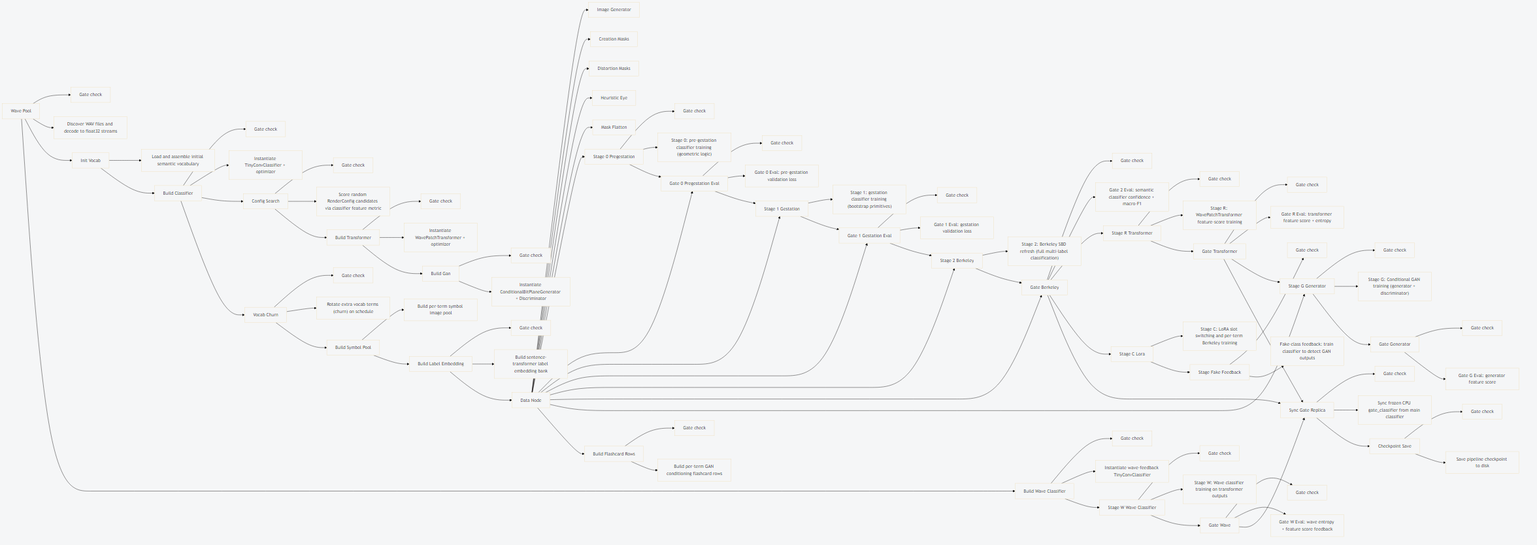
The Mermaid diagram docs/diagrams/stack_view_minimal.png in sangderenard/meta-nn, before a commit. Its source is kept beside it as docs/diagrams/stack_view_minimal.mmd.
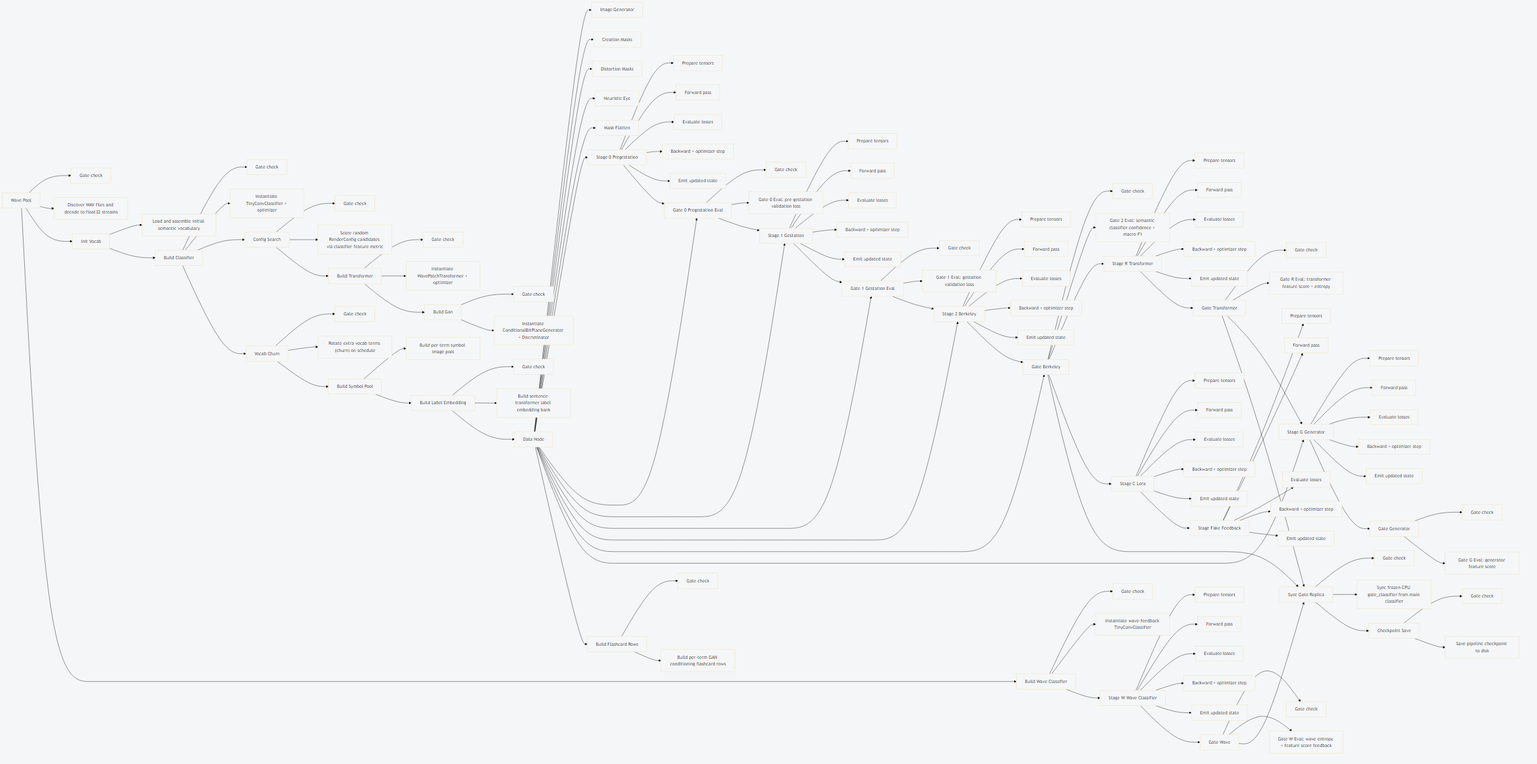
The same diagram one commit later.

The edit, as a diff of the source:
```diff
@@ -38,26 +38,53 @@
     data_node__heuristic_eye["Heuristic Eye"]
     data_node__mask_flatten["Mask Flatten"]
     stage_0_pregestation["Stage 0 Pregestation"]
-    stage_0_pregestation__should_run["Gate check"]
-    stage_0_pregestation__execute["Stage 0: pre-gestation classifier training (geometric logic)"]
+    stage_0_pregestation__batch_prepare["Prepare tensors"]
+    stage_0_pregestation__forward_pass["Forward pass"]
+    stage_0_pregestation__objective_eval["Evaluate losses"]
+    stage_0_pregestation__optimizer_step["Backward + optimizer step"]
+    stage_0_pregestation__state_emit["Emit updated state"]
     stage_1_gestation["Stage 1 Gestation"]
-    stage_1_gestation__execute["Stage 1: gestation classifier training (bootstrap primitives)"]
+    stage_1_gestation__batch_prepare["Prepare tensors"]
+    stage_1_gestation__forward_pass["Forward pass"]
+    stage_1_gestation__objective_eval["Evaluate losses"]
+    stage_1_gestation__optimizer_step["Backward + optimizer step"]
+    stage_1_gestation__state_emit["Emit updated state"]
     stage_2_berkeley["Stage 2 Berkeley"]
-    stage_2_berkeley__execute["Stage 2: Berkeley SBD refresh (full multi-label classification)"]
+    stage_2_berkeley__batch_prepare["Prepare tensors"]
+    stage_2_berkeley__forward_pass["Forward pass"]
+    stage_2_berkeley__objective_eval["Evaluate losses"]
+    stage_2_berkeley__optimizer_step["Backward + optimizer step"]
+    stage_2_berkeley__state_emit["Emit updated state"]
     stage_r_transformer["Stage R Transformer"]
-    stage_r_transformer__should_run["Gate check"]
-    stage_r_transformer__execute["Stage R: WavePatchTransformer feature-score training"]
+    stage_r_transformer__batch_prepare["Prepare tensors"]
+    stage_r_transformer__forward_pass["Forward pass"]
+    stage_r_transformer__objective_eval["Evaluate losses"]
+    stage_r_transformer__optimizer_step["Backward + optimizer step"]
+    stage_r_transformer__state_emit["Emit updated state"]
     stage_g_generator["Stage G Generator"]
-    stage_g_generator__should_run["Gate check"]
-    stage_g_generator__execute["Stage G: Conditional GAN training (generator + discriminator)"]
+    stage_g_generator__batch_prepare["Prepare tensors"]
+    stage_g_generator__forward_pass["Forward pass"]
+    stage_g_generator__objective_eval["Evaluate losses"]
+    stage_g_generator__optimizer_step["Backward + optimizer step"]
+    stage_g_generator__state_emit["Emit updated state"]
     stage_w_wave_classifier["Stage W Wave Classifier"]
-    stage_w_wave_classifier__should_run["Gate check"]
-    stage_w_wave_classifier__execute["Stage W: Wave classifier training on transformer outputs"]
+    stage_w_wave_classifier__batch_prepare["Prepare tensors"]
+    stage_w_wave_classifier__forward_pass["Forward pass"]
+    stage_w_wave_classifier__objective_eval["Evaluate losses"]
+    stage_w_wave_classifier__optimizer_step["Backward + optimizer step"]
+    stage_w_wave_classifier__state_emit["Emit updated state"]
     stage_c_lora["Stage C Lora"]
-    stage_c_lora__execute["Stage C: LoRA slot switching and per-term Berkeley training"]
+    stage_c_lora__batch_prepare["Prepare tensors"]
+    stage_c_lora__forward_pass["Forward pass"]
+    stage_c_lora__objective_eval["Evaluate losses"]
+    stage_c_lora__optimizer_step["Backward + optimizer step"]
+    stage_c_lora__state_emit["Emit updated state"]
     stage_fake_feedback["Stage Fake Feedback"]
-    stage_fake_feedback__should_run["Gate check"]
-    stage_fake_feedback__execute["Fake-class feedback: train classifier to detect GAN outputs"]
+    stage_fake_feedback__batch_prepare["Prepare tensors"]
+    stage_fake_feedback__forward_pass["Forward pass"]
+    stage_fake_feedback__objective_eval["Evaluate losses"]
+    stage_fake_feedback__optimizer_step["Backward + optimizer step"]
+    stage_fake_feedback__state_emit["Emit updated state"]
     gate_0_pregestation_eval["Gate 0 Pregestation Eval"]
     gate_0_pregestation_eval__should_run["Gate check"]
     gate_0_pregestation_eval__execute["Gate 0 Eval: pre-gestation validation loss"]
@@ -108,19 +135,46 @@
     data_node --> data_node__distortion_masks
     data_node --> data_node__heuristic_eye
     data_node --> data_node__mask_flatten
-    stage_0_pregestation --> stage_0_pregestation__should_run
-    stage_0_pregestation --> stage_0_pregestation__execute
-    stage_1_gestation --> stage_1_gestation__execute
-    stage_2_berkeley --> stage_2_berkeley__execute
-    stage_r_transformer --> stage_r_transformer__should_run
-    stage_r_transformer --> stage_r_transformer__execute
-    stage_g_generator --> stage_g_generator__should_run
-    stage_g_generator --> stage_g_generator__execute
-    stage_w_wave_classifier --> stage_w_wave_classifier__should_run
-    stage_w_wave_classifier --> stage_w_wave_classifier__execute
-    stage_c_lora --> stage_c_lora__execute
-    stage_fake_feedback --> stage_fake_feedback__should_run
-    stage_fake_feedback --> stage_fake_feedback__execute
+    stage_0_pregestation --> stage_0_pregestation__batch_prepare
+    stage_0_pregestation --> stage_0_pregestation__forward_pass
+    stage_0_pregestation --> stage_0_pregestation__objective_eval
+    stage_0_pregestation --> stage_0_pregestation__optimizer_step
+    stage_0_pregestation --> stage_0_pregestation__state_emit
+    stage_1_gestation --> stage_1_gestation__batch_prepare
+    stage_1_gestation --> stage_1_gestation__forward_pass
+    stage_1_gestation --> stage_1_gestation__objective_eval
+    stage_1_gestation --> stage_1_gestation__optimizer_step
+    stage_1_gestation --> stage_1_gestation__state_emit
+    stage_2_berkeley --> stage_2_berkeley__batch_prepare
+    stage_2_berkeley --> stage_2_berkeley__forward_pass
+    stage_2_berkeley --> stage_2_berkeley__objective_eval
+    stage_2_berkeley --> stage_2_berkeley__optimizer_step
+    stage_2_berkeley --> stage_2_berkeley__state_emit
+    stage_r_transformer --> stage_r_transformer__batch_prepare
+    stage_r_transformer --> stage_r_transformer__forward_pass
+    stage_r_transformer --> stage_r_transformer__objective_eval
+    stage_r_transformer --> stage_r_transformer__optimizer_step
+    stage_r_transformer --> stage_r_transformer__state_emit
+    stage_g_generator --> stage_g_generator__batch_prepare
+    stage_g_generator --> stage_g_generator__forward_pass
+    stage_g_generator --> stage_g_generator__objective_eval
+    stage_g_generator --> stage_g_generator__optimizer_step
+    stage_g_generator --> stage_g_generator__state_emit
+    stage_w_wave_classifier --> stage_w_wave_classifier__batch_prepare
+    stage_w_wave_classifier --> stage_w_wave_classifier__forward_pass
+    stage_w_wave_classifier --> stage_w_wave_classifier__objective_eval
+    stage_w_wave_classifier --> stage_w_wave_classifier__optimizer_step
+    stage_w_wave_classifier --> stage_w_wave_classifier__state_emit
+    stage_c_lora --> stage_c_lora__batch_prepare
+    stage_c_lora --> stage_c_lora__forward_pass
+    stage_c_lora --> stage_c_lora__objective_eval
+    stage_c_lora --> stage_c_lora__optimizer_step
+    stage_c_lora --> stage_c_lora__state_emit
+    stage_fake_feedback --> stage_fake_feedback__batch_prepare
+    stage_fake_feedback --> stage_fake_feedback__forward_pass
+    stage_fake_feedback --> stage_fake_feedback__objective_eval
+    stage_fake_feedback --> stage_fake_feedback__optimizer_step
+    stage_fake_feedback --> stage_fake_feedback__state_emit
     gate_0_pregestation_eval --> gate_0_pregestation_eval__should_run
     gate_0_pregestation_eval --> gate_0_pregestation_eval__execute
     gate_1_gestation_eval --> gate_1_gestation_eval__should_run
```
